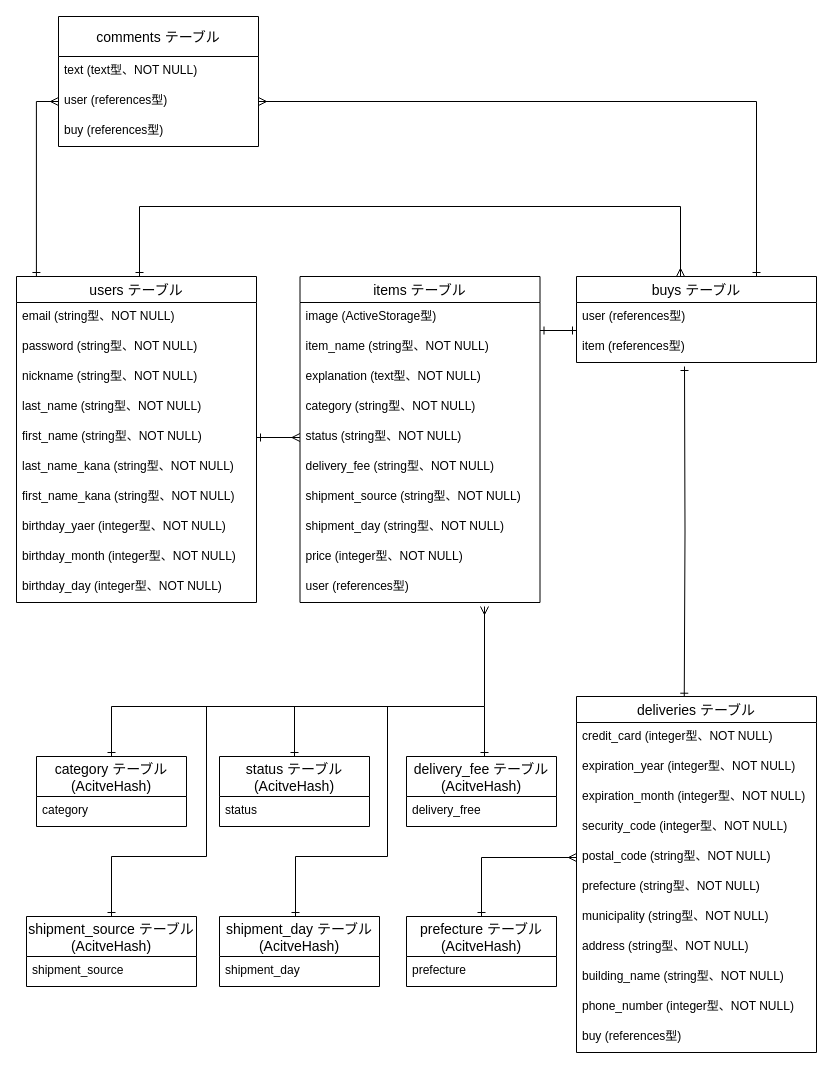
harmonize202/furima-18541 keeps this draw.io diagram as ER_furima-18541.dio. Above is the earlier version. Source tidied: cells renumbered, new cells numbered last; positions are measured from the earlier drawing's top-left corner, leaving out a move shared by most shapes. Both pictures are drawn from the tidied source at 100%, with x=0, y=0 at pixel (16, 16).
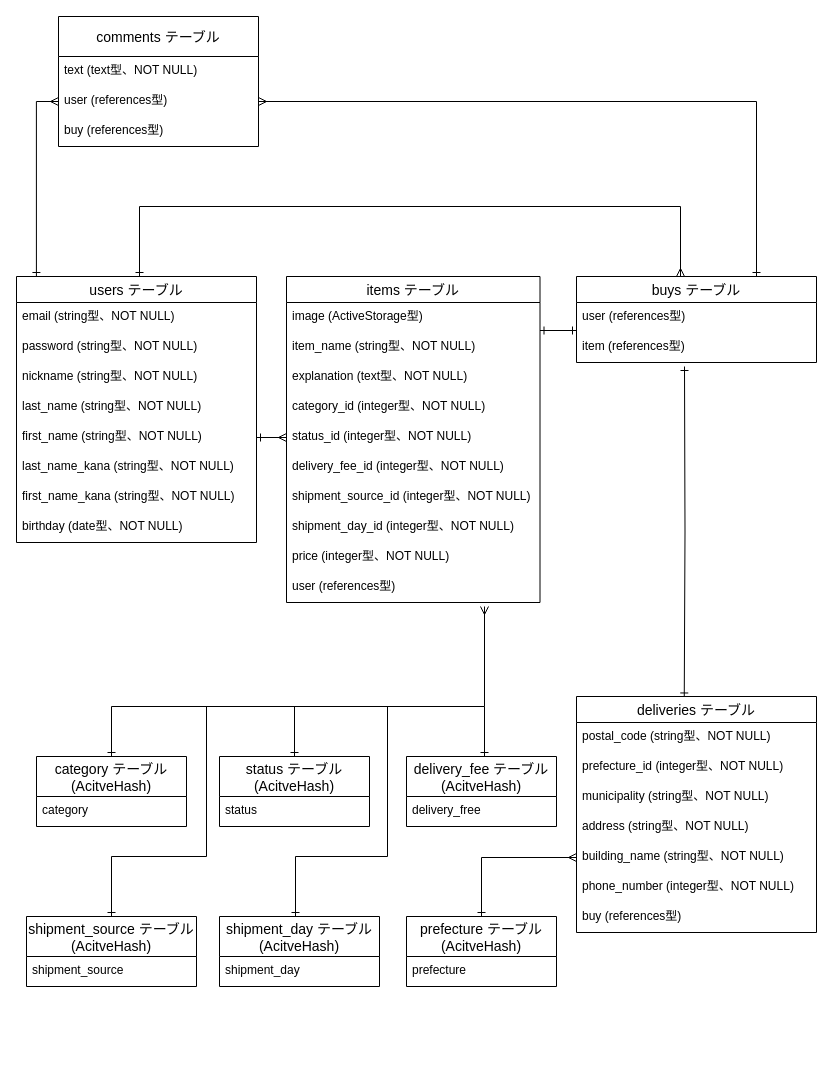
After the change.

Commit message (it also covers changes not shown here):
ER図・テーブル設計図描画(レビュー対応1)

Unchanged cells that the change refers to:
```xml
<mxCell id="65" value="prefecture テーブル&#10;(AcitveHash)" style="swimlane;fontStyle=0;horizontal=1;startSize=40;align=center;fontSize=14;" parent="1" vertex="1">
  <mxGeometry x="390" y="900" width="150" height="70" as="geometry" />
</mxCell>
```

Diff of the diagram source:
```diff
@@
     <mxCell id="3" value="users テーブル" style="swimlane;fontStyle=0;horizontal=1;startSize=26;align=center;fontSize=14;" parent="1" vertex="1">
-      <mxGeometry y="260" width="240" height="326" as="geometry" />
+      <mxGeometry y="260" width="240" height="266" as="geometry" />
     </mxCell>
@@
-    <mxCell id="11" value="birthday_yaer (integer型、NOT NULL)" style="text;strokeColor=none;fillColor=none;spacingLeft=4;spacingRight=4;overflow=hidden;fontSize=12;" parent="3" vertex="1">
+    <mxCell id="11" value="birthday (date型、NOT NULL)" style="text;strokeColor=none;fillColor=none;spacingLeft=4;spacingRight=4;overflow=hidden;fontSize=12;" parent="3" vertex="1">
       <mxGeometry y="236" width="240" height="30" as="geometry" />
     </mxCell>
-    <mxCell id="12" value="birthday_month (integer型、NOT NULL)" style="text;strokeColor=none;fillColor=none;spacingLeft=4;spacingRight=4;overflow=hidden;fontSize=12;" parent="3" vertex="1">
-      <mxGeometry y="266" width="240" height="30" as="geometry" />
-    </mxCell>
-    <mxCell id="13" value="birthday_day (integer型、NOT NULL)" style="text;strokeColor=none;fillColor=none;spacingLeft=4;spacingRight=4;overflow=hidden;fontSize=12;" parent="3" vertex="1">
-      <mxGeometry y="296" width="240" height="30" as="geometry" />
-    </mxCell>
     <mxCell id="14" value="items テーブル" style="swimlane;fontStyle=0;horizontal=1;startSize=26;align=center;fontSize=14;" parent="1" vertex="1">
-      <mxGeometry x="283.5" y="260" width="240" height="326" as="geometry" />
+      <mxGeometry x="270" y="260" width="253.5" height="326" as="geometry" />
     </mxCell>
     <mxCell id="15" value="image (ActiveStorage型)" style="text;strokeColor=none;fillColor=none;spacingLeft=4;spacingRight=4;overflow=hidden;fontSize=12;" parent="14" vertex="1">
-      <mxGeometry y="26" width="240" height="30" as="geometry" />
+      <mxGeometry y="26" width="253.5" height="30" as="geometry" />
     </mxCell>
     <mxCell id="16" value="item_name (string型、NOT NULL)" style="text;strokeColor=none;fillColor=none;spacingLeft=4;spacingRight=4;overflow=hidden;fontSize=12;" parent="14" vertex="1">
-      <mxGeometry y="56" width="240" height="30" as="geometry" />
+      <mxGeometry y="56" width="253.5" height="30" as="geometry" />
     </mxCell>
     <mxCell id="17" value="explanation (text型、NOT NULL)" style="text;strokeColor=none;fillColor=none;spacingLeft=4;spacingRight=4;overflow=hidden;fontSize=12;" parent="14" vertex="1">
-      <mxGeometry y="86" width="240" height="30" as="geometry" />
+      <mxGeometry y="86" width="253.5" height="30" as="geometry" />
     </mxCell>
-    <mxCell id="18" value="category (string型、NOT NULL)" style="text;strokeColor=none;fillColor=none;spacingLeft=4;spacingRight=4;overflow=hidden;fontSize=12;" parent="14" vertex="1">
-      <mxGeometry y="116" width="240" height="30" as="geometry" />
+    <mxCell id="18" value="category_id (integer型、NOT NULL)" style="text;strokeColor=none;fillColor=none;spacingLeft=4;spacingRight=4;overflow=hidden;fontSize=12;" parent="14" vertex="1">
+      <mxGeometry y="116" width="253.5" height="30" as="geometry" />
     </mxCell>
-    <mxCell id="19" value="status (string型、NOT NULL)" style="text;strokeColor=none;fillColor=none;spacingLeft=4;spacingRight=4;overflow=hidden;points=[[0,0.5],[1,0.5]];portConstraint=eastwest;fontSize=12;" parent="14" vertex="1">
-      <mxGeometry y="146" width="240" height="30" as="geometry" />
+    <mxCell id="19" value="status_id (integer型、NOT NULL)" style="text;strokeColor=none;fillColor=none;spacingLeft=4;spacingRight=4;overflow=hidden;points=[[0,0.5],[1,0.5]];portConstraint=eastwest;fontSize=12;" parent="14" vertex="1">
+      <mxGeometry y="146" width="253.5" height="30" as="geometry" />
     </mxCell>
-    <mxCell id="20" value="delivery_fee (string型、NOT NULL)" style="text;strokeColor=none;fillColor=none;spacingLeft=4;spacingRight=4;overflow=hidden;fontSize=12;" parent="14" vertex="1">
-      <mxGeometry y="176" width="240" height="30" as="geometry" />
+    <mxCell id="20" value="delivery_fee_id (integer型、NOT NULL)" style="text;strokeColor=none;fillColor=none;spacingLeft=4;spacingRight=4;overflow=hidden;fontSize=12;" parent="14" vertex="1">
+      <mxGeometry y="176" width="253.5" height="30" as="geometry" />
     </mxCell>
-    <mxCell id="21" value="shipment_source (string型、NOT NULL)" style="text;strokeColor=none;fillColor=none;spacingLeft=4;spacingRight=4;overflow=hidden;fontSize=12;" parent="14" vertex="1">
-      <mxGeometry y="206" width="240" height="30" as="geometry" />
+    <mxCell id="21" value="shipment_source_id (integer型、NOT NULL)" style="text;strokeColor=none;fillColor=none;spacingLeft=4;spacingRight=4;overflow=hidden;fontSize=12;" parent="14" vertex="1">
+      <mxGeometry y="206" width="253.5" height="30" as="geometry" />
     </mxCell>
-    <mxCell id="22" value="shipment_day (string型、NOT NULL)" style="text;strokeColor=none;fillColor=none;spacingLeft=4;spacingRight=4;overflow=hidden;fontSize=12;" parent="14" vertex="1">
-      <mxGeometry y="236" width="240" height="30" as="geometry" />
+    <mxCell id="22" value="shipment_day_id (integer型、NOT NULL)" style="text;strokeColor=none;fillColor=none;spacingLeft=4;spacingRight=4;overflow=hidden;fontSize=12;" parent="14" vertex="1">
+      <mxGeometry y="236" width="253.5" height="30" as="geometry" />
     </mxCell>
     <mxCell id="23" value="price (integer型、NOT NULL)" style="text;strokeColor=none;fillColor=none;spacingLeft=4;spacingRight=4;overflow=hidden;fontSize=12;" parent="14" vertex="1">
-      <mxGeometry y="266" width="240" height="30" as="geometry" />
+      <mxGeometry y="266" width="253.5" height="30" as="geometry" />
     </mxCell>
     <mxCell id="24" value="user (references型)" style="text;strokeColor=none;fillColor=none;spacingLeft=4;spacingRight=4;overflow=hidden;fontSize=12;" parent="14" vertex="1">
-      <mxGeometry y="296" width="240" height="30" as="geometry" />
+      <mxGeometry y="296" width="253.5" height="30" as="geometry" />
     </mxCell>
@@
     <mxCell id="29" value="deliveries テーブル" style="swimlane;fontStyle=0;horizontal=1;startSize=26;align=center;fontSize=14;" parent="1" vertex="1">
-      <mxGeometry x="560" y="680" width="240" height="356" as="geometry" />
+      <mxGeometry x="560" y="680" width="240" height="236" as="geometry" />
     </mxCell>
-    <mxCell id="30" value="credit_card (integer型、NOT NULL)" style="text;strokeColor=none;fillColor=none;spacingLeft=4;spacingRight=4;overflow=hidden;fontSize=12;" parent="29" vertex="1">
-      <mxGeometry y="26" width="240" height="30" as="geometry" />
-    </mxCell>
-    <mxCell id="31" value="expiration_year (integer型、NOT NULL)" style="text;strokeColor=none;fillColor=none;spacingLeft=4;spacingRight=4;overflow=hidden;fontSize=12;" parent="29" vertex="1">
-      <mxGeometry y="56" width="240" height="30" as="geometry" />
-    </mxCell>
-    <mxCell id="32" value="expiration_month (integer型、NOT NULL)" style="text;strokeColor=none;fillColor=none;spacingLeft=4;spacingRight=4;overflow=hidden;fontSize=12;" parent="29" vertex="1">
-      <mxGeometry y="86" width="240" height="30" as="geometry" />
-    </mxCell>
-    <mxCell id="33" value="security_code (integer型、NOT NULL)" style="text;strokeColor=none;fillColor=none;spacingLeft=4;spacingRight=4;overflow=hidden;fontSize=12;" parent="29" vertex="1">
-      <mxGeometry y="116" width="240" height="30" as="geometry" />
-    </mxCell>
     <mxCell id="34" value="postal_code (string型、NOT NULL)" style="text;strokeColor=none;fillColor=none;spacingLeft=4;spacingRight=4;overflow=hidden;points=[[0,0.5],[1,0.5]];portConstraint=eastwest;fontSize=12;" parent="29" vertex="1">
-      <mxGeometry y="146" width="240" height="30" as="geometry" />
+      <mxGeometry y="26" width="240" height="30" as="geometry" />
     </mxCell>
-    <mxCell id="35" value="prefecture (string型、NOT NULL)" style="text;strokeColor=none;fillColor=none;spacingLeft=4;spacingRight=4;overflow=hidden;fontSize=12;" parent="29" vertex="1">
-      <mxGeometry y="176" width="240" height="30" as="geometry" />
+    <mxCell id="35" value="prefecture_id (integer型、NOT NULL)" style="text;strokeColor=none;fillColor=none;spacingLeft=4;spacingRight=4;overflow=hidden;fontSize=12;" parent="29" vertex="1">
+      <mxGeometry y="56" width="240" height="30" as="geometry" />
     </mxCell>
     <mxCell id="36" value="municipality (string型、NOT NULL)" style="text;strokeColor=none;fillColor=none;spacingLeft=4;spacingRight=4;overflow=hidden;fontSize=12;" parent="29" vertex="1">
-      <mxGeometry y="206" width="240" height="30" as="geometry" />
+      <mxGeometry y="86" width="240" height="30" as="geometry" />
     </mxCell>
     <mxCell id="37" value="address (string型、NOT NULL)" style="text;strokeColor=none;fillColor=none;spacingLeft=4;spacingRight=4;overflow=hidden;fontSize=12;" parent="29" vertex="1">
-      <mxGeometry y="236" width="240" height="30" as="geometry" />
+      <mxGeometry y="116" width="240" height="30" as="geometry" />
     </mxCell>
     <mxCell id="38" value="building_name (string型、NOT NULL)" style="text;strokeColor=none;fillColor=none;spacingLeft=4;spacingRight=4;overflow=hidden;points=[[0,0.5],[1,0.5]];portConstraint=eastwest;fontSize=12;" parent="29" vertex="1">
-      <mxGeometry y="266" width="240" height="30" as="geometry" />
+      <mxGeometry y="146" width="240" height="30" as="geometry" />
     </mxCell>
     <mxCell id="39" value="phone_number (integer型、NOT NULL)" style="text;strokeColor=none;fillColor=none;spacingLeft=4;spacingRight=4;overflow=hidden;fontSize=12;" parent="29" vertex="1">
-      <mxGeometry y="296" width="240" height="30" as="geometry" />
+      <mxGeometry y="176" width="240" height="30" as="geometry" />
     </mxCell>
     <mxCell id="40" value="buy (references型)" style="text;strokeColor=none;fillColor=none;spacingLeft=4;spacingRight=4;overflow=hidden;fontSize=12;" parent="29" vertex="1">
-      <mxGeometry y="326" width="240" height="30" as="geometry" />
+      <mxGeometry y="206" width="240" height="30" as="geometry" />
     </mxCell>
@@
-    <mxCell id="55" style="edgeStyle=none;rounded=0;jettySize=auto;html=1;exitX=0.5;exitY=0;exitDx=0;exitDy=0;entryX=0;entryY=0.5;entryDx=0;entryDy=0;startArrow=ERone;startFill=0;endArrow=ERmany;endFill=0;" parent="1" edge="1" source="65" target="34">
+    <mxCell id="55" style="edgeStyle=none;rounded=0;jettySize=auto;html=1;exitX=0.5;exitY=0;exitDx=0;exitDy=0;entryX=0;entryY=0.5;entryDx=0;entryDy=0;startArrow=ERone;startFill=0;endArrow=ERmany;endFill=0;" parent="1" edge="1" source="65" target="38">
       <mxGeometry relative="1" as="geometry">
         <Array as="points">
           <mxPoint x="465" y="841" />
         </Array>
       </mxGeometry>
     </mxCell>
```
